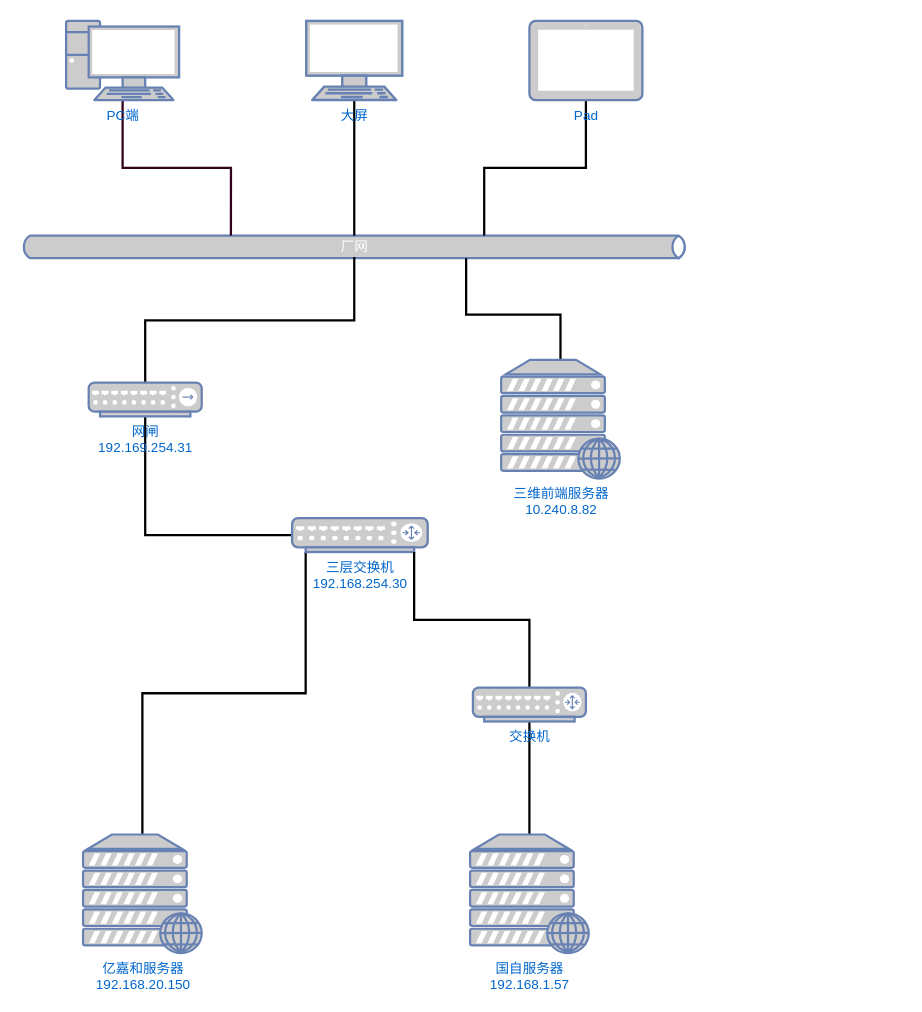
Earlier version of the draw.io diagram 王曲电厂网络拓扑图.drawio (wangyufei0807/draw). Source tidied: cells renumbered, new cells numbered last; positions are measured from the earlier drawing's top-left corner, leaving out a move shared by most shapes. Both pictures are drawn from the tidied source at 113%, with x=0, y=0 at pixel (20, 20).
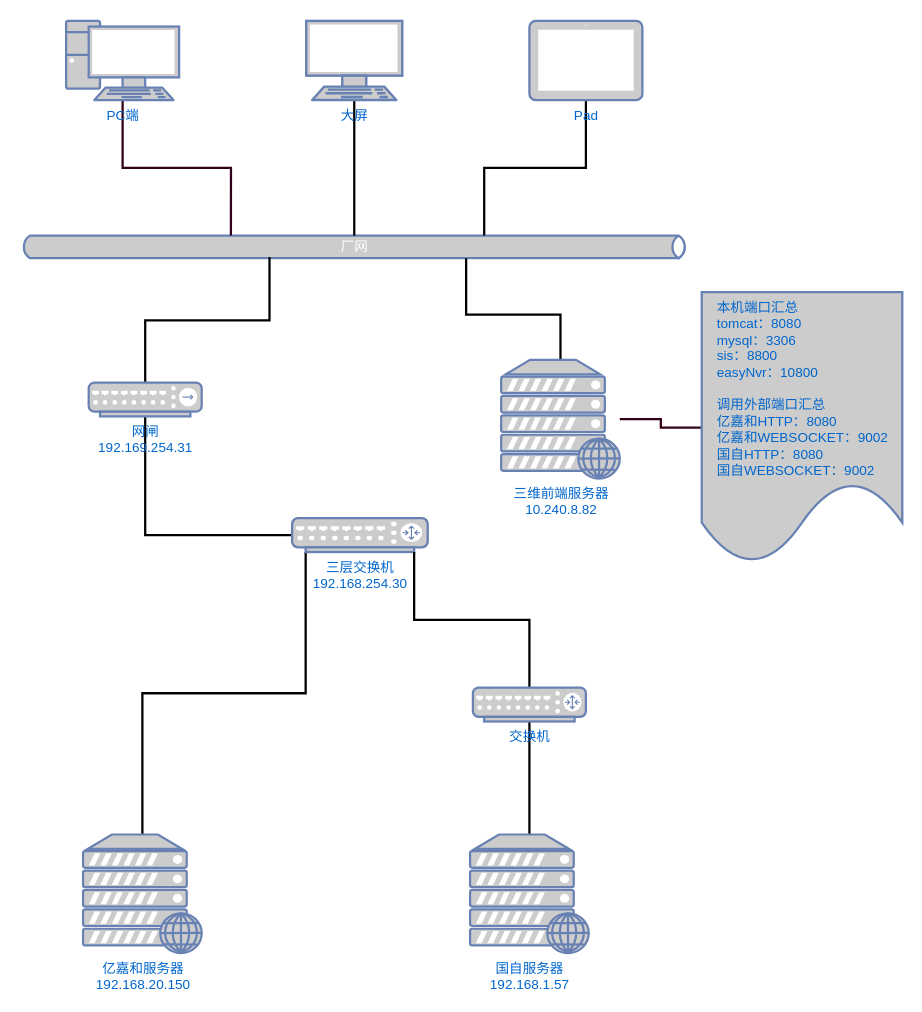
Above is the later version.

Commit message (it also covers changes not shown here):
Update 王曲电厂网络拓扑图.drawio

The change refers to these unchanged cells:
```xml
<mxCell id="10" value="厂网" style="html=1;outlineConnect=0;fillColor=#CCCCCC;strokeColor=#6881B3;gradientColor=none;gradientDirection=north;strokeWidth=2;shape=mxgraph.networks.bus;gradientColor=none;gradientDirection=north;fontColor=#ffffff;perimeter=backbonePerimeter;backboneSize=20;" parent="1" vertex="1">
  <mxGeometry y="190" width="590" height="20" as="geometry" />
</mxCell>
<mxCell id="12" value="网闸&lt;br&gt;192.169.254.31" style="fontColor=#0066CC;verticalAlign=top;verticalLabelPosition=bottom;labelPosition=center;align=center;html=1;outlineConnect=0;fillColor=#CCCCCC;strokeColor=#6881B3;gradientColor=none;gradientDirection=north;strokeWidth=2;shape=mxgraph.networks.hub;" parent="1" vertex="1">
  <mxGeometry x="60" y="320" width="100" height="30" as="geometry" />
</mxCell>
<mxCell id="14" value="三维前端服务器&lt;br&gt;10.240.8.82" style="fontColor=#0066CC;verticalAlign=top;verticalLabelPosition=bottom;labelPosition=center;align=center;html=1;outlineConnect=0;fillColor=#CCCCCC;strokeColor=#6881B3;gradientColor=none;gradientDirection=north;strokeWidth=2;shape=mxgraph.networks.web_server;" parent="1" vertex="1">
  <mxGeometry x="425" y="300" width="105" height="105" as="geometry" />
</mxCell>
```

Change to the diagram source:
```diff
@@
     <mxCell id="11" style="edgeStyle=orthogonalEdgeStyle;rounded=0;jettySize=auto;html=1;exitX=0.5;exitY=0;exitDx=0;exitDy=0;exitPerimeter=0;endArrow=none;endFill=0;strokeWidth=2;" parent="1" edge="1" source="12" target="10">
-      <mxGeometry relative="1" as="geometry" />
+      <mxGeometry relative="1" as="geometry">
+        <Array as="points">
+          <mxPoint x="110" y="265" />
+          <mxPoint x="220" y="265" />
+        </Array>
+      </mxGeometry>
     </mxCell>
@@
+    <mxCell id="21" style="edgeStyle=orthogonalEdgeStyle;rounded=0;jettySize=auto;html=1;endArrow=none;endFill=0;strokeColor=#33001A;strokeWidth=2;" parent="1" edge="1" source="14" target="22">
+      <mxGeometry relative="1" as="geometry" />
+    </mxCell>
@@
+    <mxCell id="22" value="&lt;div style=&quot;text-align: left&quot;&gt;&lt;span&gt;本机端口汇总&lt;/span&gt;&lt;/div&gt;&lt;div style=&quot;text-align: left&quot;&gt;&lt;span&gt;tomcat：8080&lt;/span&gt;&lt;/div&gt;&lt;div style=&quot;text-align: left&quot;&gt;&lt;span&gt;mysql：3306&lt;/span&gt;&lt;/div&gt;&lt;div style=&quot;text-align: left&quot;&gt;&lt;span&gt;sis：8800&lt;/span&gt;&lt;/div&gt;&lt;div style=&quot;text-align: left&quot;&gt;&lt;span&gt;easyNvr：10800&lt;/span&gt;&lt;/div&gt;&lt;div style=&quot;text-align: left&quot;&gt;&lt;span&gt;&lt;br&gt;&lt;/span&gt;&lt;/div&gt;&lt;div style=&quot;text-align: left&quot;&gt;&lt;span&gt;调用外部端口汇总&lt;/span&gt;&lt;/div&gt;&lt;div style=&quot;text-align: left&quot;&gt;&lt;span&gt;亿嘉和HTTP：8080&lt;/span&gt;&lt;/div&gt;&lt;div style=&quot;text-align: left&quot;&gt;亿嘉和WEBSOCKET：9002&lt;/div&gt;&lt;div style=&quot;text-align: left&quot;&gt;国自HTTP：8080&lt;/div&gt;&lt;div style=&quot;text-align: left&quot;&gt;国自WEBSOCKET：9002&lt;/div&gt;" style="shape=document;whiteSpace=wrap;html=1;boundedLbl=1;fontColor=#0066CC;verticalAlign=top;strokeColor=#6881B3;strokeWidth=2;fillColor=#CCCCCC;gradientDirection=north;" parent="1" vertex="1">
+      <mxGeometry x="602.5" y="240" width="177.5" height="240" as="geometry" />
+    </mxCell>
```
